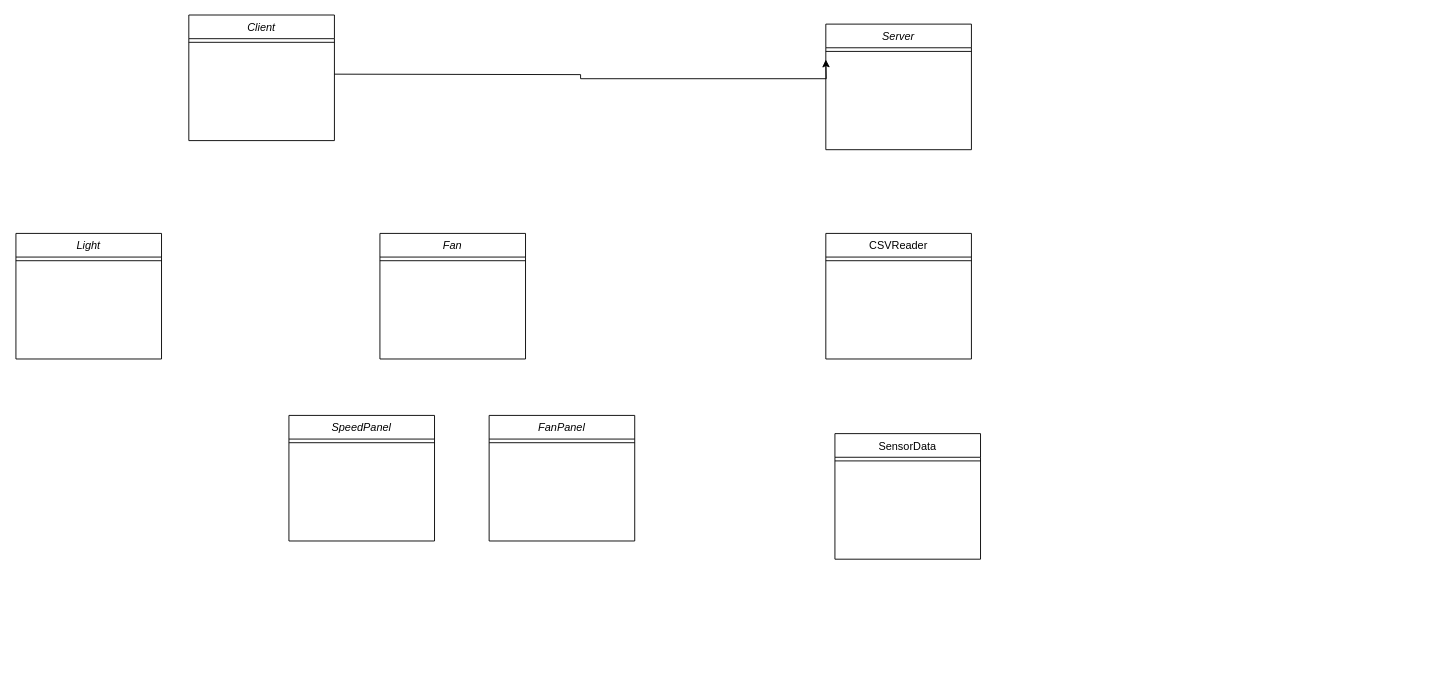
Above: high_level.drawio in bandaian/Java_assignment_ian_banda (draw.io), before the change. Source tidied: cells renumbered, new cells numbered last; positions are measured from the earlier drawing's top-left corner, leaving out a move shared by most shapes. Both pictures are drawn from the tidied source at 91%, with x=0, y=0 at pixel (15, 15).
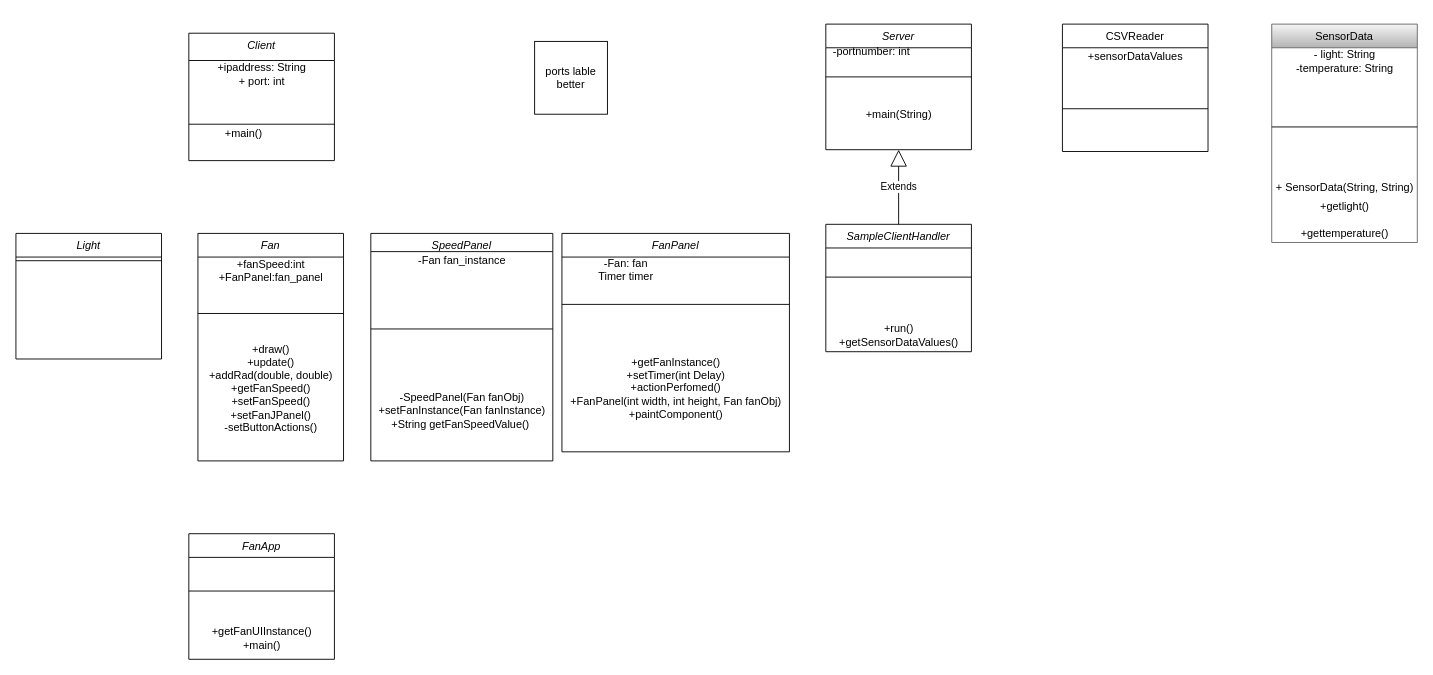
The same diagram, later.

Commit message:
updated the uml class diagram

Unchanged cells that the change refers to:
```xml
<mxCell id="2" value="Server" style="swimlane;fontStyle=2;align=center;verticalAlign=top;horizontal=1;startSize=26;rounded=0;shadow=0;strokeWidth=1;" parent="1" vertex="1">
  <mxGeometry x="890" y="10" width="160" height="138" as="geometry" />
</mxCell>
```

Diff of the diagram source:
```diff
@@
     <mxCell id="3" style="line;html=1;strokeWidth=1;align=left;verticalAlign=middle;spacingTop=-1;spacingLeft=3;spacingRight=3;labelPosition=right;" parent="2" vertex="1">
-      <mxGeometry y="26" width="160" height="8" as="geometry" />
+      <mxGeometry y="26" width="160" height="64" as="geometry" />
     </mxCell>
+    <mxCell id="19" value="+main(String)" style="text;html=1;align=center;verticalAlign=middle;" parent="2" vertex="1">
+      <mxGeometry y="90" width="160" height="20" as="geometry" />
+    </mxCell>
     <mxCell id="4" value="CSVReader" style="swimlane;fontStyle=0;align=center;verticalAlign=top;horizontal=1;startSize=26;rounded=0;shadow=0;strokeWidth=1;" parent="1" vertex="1">
-      <mxGeometry x="890" y="240" width="160" height="138" as="geometry" />
+      <mxGeometry x="1150" y="10" width="160" height="140" as="geometry" />
     </mxCell>
+    <mxCell id="20" value="+sensorDataValues" style="text;html=1;align=center;verticalAlign=middle;" parent="4" vertex="1">
+      <mxGeometry y="26" width="160" height="20" as="geometry" />
+    </mxCell>
     <mxCell id="5" style="line;html=1;strokeWidth=1;align=left;verticalAlign=middle;spacingTop=-1;spacingLeft=3;spacingRight=3;labelPosition=right;" parent="4" vertex="1">
-      <mxGeometry y="26" width="160" height="8" as="geometry" />
+      <mxGeometry y="46" width="160" height="94" as="geometry" />
     </mxCell>
-    <mxCell id="6" value="SensorData" style="swimlane;fontStyle=0;align=center;verticalAlign=top;horizontal=1;startSize=26;rounded=0;shadow=0;strokeWidth=1;" parent="1" vertex="1">
-      <mxGeometry x="900" y="460" width="160" height="138" as="geometry" />
+    <mxCell id="6" value="SensorData" style="swimlane;fontStyle=0;align=center;verticalAlign=top;horizontal=1;startSize=26;rounded=0;shadow=0;strokeWidth=1;fillColor=#f5f5f5;strokeColor=#666666;gradientColor=#b3b3b3;" parent="1" vertex="1">
+      <mxGeometry x="1380" y="10" width="160" height="240" as="geometry" />
     </mxCell>
+    <mxCell id="21" value="- light: String&lt;br&gt;-temperature: String" style="text;html=1;align=center;verticalAlign=middle;" parent="6" vertex="1">
+      <mxGeometry y="26" width="160" height="30" as="geometry" />
+    </mxCell>
     <mxCell id="7" style="line;html=1;strokeWidth=1;align=left;verticalAlign=middle;spacingTop=-1;spacingLeft=3;spacingRight=3;labelPosition=right;" parent="6" vertex="1">
-      <mxGeometry y="26" width="160" height="8" as="geometry" />
+      <mxGeometry y="56" width="160" height="114" as="geometry" />
     </mxCell>
+    <mxCell id="22" value="+ SensorData(String, String)" style="text;html=1;align=center;verticalAlign=middle;" parent="6" vertex="1">
+      <mxGeometry y="170" width="160" height="20" as="geometry" />
+    </mxCell>
+    <mxCell id="23" value="+getlight()&lt;br&gt;&lt;br&gt;+gettemperature()" style="text;html=1;align=center;verticalAlign=middle;" parent="6" vertex="1">
+      <mxGeometry y="190" width="160" height="50" as="geometry" />
+    </mxCell>
-    <mxCell id="8" value="Client" style="swimlane;fontStyle=2;align=center;verticalAlign=top;horizontal=1;startSize=26;rounded=0;shadow=0;strokeWidth=1;" parent="1" vertex="1">
-      <mxGeometry x="190" width="160" height="138" as="geometry" />
+    <mxCell id="8" value="Client" style="swimlane;fontStyle=2;align=center;verticalAlign=top;horizontal=1;startSize=30;rounded=0;shadow=0;strokeWidth=1;" parent="1" vertex="1">
+      <mxGeometry x="190" y="20" width="160" height="140" as="geometry" />
     </mxCell>
+    <mxCell id="24" value="+ipaddress: String&lt;br&gt;+ port: int" style="text;html=1;align=center;verticalAlign=middle;" parent="8" vertex="1">
+      <mxGeometry y="30" width="160" height="30" as="geometry" />
+    </mxCell>
     <mxCell id="9" style="line;html=1;strokeWidth=1;align=left;verticalAlign=middle;spacingTop=-1;spacingLeft=3;spacingRight=3;labelPosition=right;" parent="8" vertex="1">
-      <mxGeometry y="26" width="160" height="8" as="geometry" />
+      <mxGeometry y="60" width="160" height="80" as="geometry" />
     </mxCell>
@@
     <mxCell id="12" value="Fan" style="swimlane;fontStyle=2;align=center;verticalAlign=top;horizontal=1;startSize=26;rounded=0;shadow=0;strokeWidth=1;" parent="1" vertex="1">
-      <mxGeometry x="400" y="240" width="160" height="138" as="geometry" />
+      <mxGeometry x="200" y="240" width="160" height="250" as="geometry" />
     </mxCell>
+    <mxCell id="25" value="+fanSpeed:int&lt;br&gt;+FanPanel:fan_panel" style="text;html=1;align=center;verticalAlign=middle;" parent="12" vertex="1">
+      <mxGeometry y="26" width="160" height="30" as="geometry" />
+    </mxCell>
     <mxCell id="13" style="line;html=1;strokeWidth=1;align=left;verticalAlign=middle;spacingTop=-1;spacingLeft=3;spacingRight=3;labelPosition=right;" parent="12" vertex="1">
-      <mxGeometry y="26" width="160" height="8" as="geometry" />
+      <mxGeometry y="56" width="160" height="64" as="geometry" />
     </mxCell>
+    <mxCell id="26" value="+draw()&lt;br&gt;+update()&lt;br&gt;+addRad(double, double)&lt;br&gt;+getFanSpeed()&lt;br&gt;+setFanSpeed()&lt;br&gt;+setFanJPanel()&lt;br&gt;-setButtonActions()&lt;br&gt;&lt;br&gt;&lt;br&gt;" style="text;html=1;align=center;verticalAlign=middle;" parent="12" vertex="1">
+      <mxGeometry y="120" width="160" height="130" as="geometry" />
+    </mxCell>
-    <mxCell id="14" value="SpeedPanel" style="swimlane;fontStyle=2;align=center;verticalAlign=top;horizontal=1;startSize=26;rounded=0;shadow=0;strokeWidth=1;" parent="1" vertex="1">
-      <mxGeometry x="300" y="440" width="160" height="138" as="geometry" />
+    <mxCell id="14" value="SpeedPanel" style="swimlane;fontStyle=2;align=center;verticalAlign=top;horizontal=1;startSize=20;rounded=0;shadow=0;strokeWidth=1;" parent="1" vertex="1">
+      <mxGeometry x="390" y="240" width="200" height="250" as="geometry" />
     </mxCell>
+    <mxCell id="27" value="-Fan fan_instance" style="text;html=1;align=center;verticalAlign=middle;" parent="14" vertex="1">
+      <mxGeometry y="20" width="200" height="20" as="geometry" />
+    </mxCell>
     <mxCell id="15" style="line;html=1;strokeWidth=1;align=left;verticalAlign=middle;spacingTop=-1;spacingLeft=3;spacingRight=3;labelPosition=right;" parent="14" vertex="1">
-      <mxGeometry y="26" width="160" height="8" as="geometry" />
+      <mxGeometry y="40" width="200" height="130" as="geometry" />
     </mxCell>
+    <mxCell id="28" value="-SpeedPanel(Fan fanObj)&lt;br&gt;+setFanInstance(Fan fanInstance)&lt;br&gt;+String getFanSpeedValue()&amp;nbsp;" style="text;html=1;align=center;verticalAlign=middle;" parent="14" vertex="1">
+      <mxGeometry y="170" width="200" height="50" as="geometry" />
+    </mxCell>
     <mxCell id="16" value="FanPanel" style="swimlane;fontStyle=2;align=center;verticalAlign=top;horizontal=1;startSize=26;rounded=0;shadow=0;strokeWidth=1;" parent="1" vertex="1">
-      <mxGeometry x="520" y="440" width="160" height="138" as="geometry" />
+      <mxGeometry x="600" y="240" width="250" height="240" as="geometry" />
     </mxCell>
     <mxCell id="17" style="line;html=1;strokeWidth=1;align=left;verticalAlign=middle;spacingTop=-1;spacingLeft=3;spacingRight=3;labelPosition=right;" parent="16" vertex="1">
-      <mxGeometry y="26" width="160" height="8" as="geometry" />
+      <mxGeometry y="26" width="250" height="104" as="geometry" />
     </mxCell>
-    <mxCell id="18" style="edgeStyle=orthogonalEdgeStyle;rounded=0;orthogonalLoop=1;jettySize=auto;html=1;exitX=1;exitY=0.5;exitDx=0;exitDy=0;entryX=0;entryY=0.5;entryDx=0;entryDy=0;" parent="1" edge="1">
-      <mxGeometry relative="1" as="geometry">
-        <mxPoint x="350" y="65" as="sourcePoint" />
-        <mxPoint x="890" y="49" as="targetPoint" />
-      </mxGeometry>
-    </mxCell>
+    <mxCell id="29" value="+getFanInstance()&lt;br&gt;+setTimer(int Delay)&lt;br&gt;+actionPerfomed()&lt;br&gt;+FanPanel(int width, int height, Fan fanObj)&lt;br&gt;+paintComponent()" style="text;html=1;align=center;verticalAlign=middle;" parent="16" vertex="1">
+      <mxGeometry y="130" width="250" height="80" as="geometry" />
+    </mxCell>
+    <mxCell id="30" value="ports lable better" style="whiteSpace=wrap;html=1;" parent="1" vertex="1">
+      <mxGeometry x="570" y="29" width="80" height="80" as="geometry" />
+    </mxCell>
+    <mxCell id="31" value="-portnumber: int" style="text;html=1;align=center;verticalAlign=middle;" parent="1" vertex="1">
+      <mxGeometry x="890" y="30" width="100" height="20" as="geometry" />
+    </mxCell>
+    <mxCell id="32" value="SampleClientHandler" style="swimlane;fontStyle=2;align=center;verticalAlign=top;horizontal=1;startSize=26;rounded=0;shadow=0;strokeWidth=1;" parent="1" vertex="1">
+      <mxGeometry x="890" y="230" width="160" height="140" as="geometry" />
+    </mxCell>
+    <mxCell id="33" style="line;html=1;strokeWidth=1;align=left;verticalAlign=middle;spacingTop=-1;spacingLeft=3;spacingRight=3;labelPosition=right;" parent="32" vertex="1">
+      <mxGeometry y="26" width="160" height="64" as="geometry" />
+    </mxCell>
+    <mxCell id="34" value="&lt;br&gt;+run()&lt;br&gt;+getSensorDataValues()" style="text;html=1;align=center;verticalAlign=middle;" parent="32" vertex="1">
+      <mxGeometry y="90" width="160" height="50" as="geometry" />
+    </mxCell>
+    <mxCell id="35" value="Extends" style="endArrow=block;endSize=16;endFill=0;html=1;entryX=0.5;entryY=1;entryDx=0;entryDy=0;exitX=0.5;exitY=0;exitDx=0;exitDy=0;" parent="1" edge="1" source="32" target="2">
+      <mxGeometry relative="1" as="geometry" />
+    </mxCell>
+    <mxCell id="36" value="+main()" style="text;html=1;align=center;verticalAlign=middle;" parent="1" vertex="1">
+      <mxGeometry x="220" y="120" width="60" height="20" as="geometry" />
+    </mxCell>
+    <mxCell id="37" value="FanApp" style="swimlane;fontStyle=2;align=center;verticalAlign=top;horizontal=1;startSize=26;rounded=0;shadow=0;strokeWidth=1;" parent="1" vertex="1">
+      <mxGeometry x="190" y="570" width="160" height="138" as="geometry" />
+    </mxCell>
+    <mxCell id="38" style="line;html=1;strokeWidth=1;align=left;verticalAlign=middle;spacingTop=-1;spacingLeft=3;spacingRight=3;labelPosition=right;" parent="37" vertex="1">
+      <mxGeometry y="26" width="160" height="74" as="geometry" />
+    </mxCell>
+    <mxCell id="39" value="+getFanUIInstance()&lt;br&gt;+main()" style="text;html=1;align=center;verticalAlign=middle;" parent="37" vertex="1">
+      <mxGeometry y="100" width="160" height="30" as="geometry" />
+    </mxCell>
+    <mxCell id="40" value="-Fan: fan&lt;br&gt;Timer timer" style="text;html=1;align=center;verticalAlign=middle;" parent="1" vertex="1">
+      <mxGeometry x="630" y="265" width="80" height="30" as="geometry" />
+    </mxCell>
```
